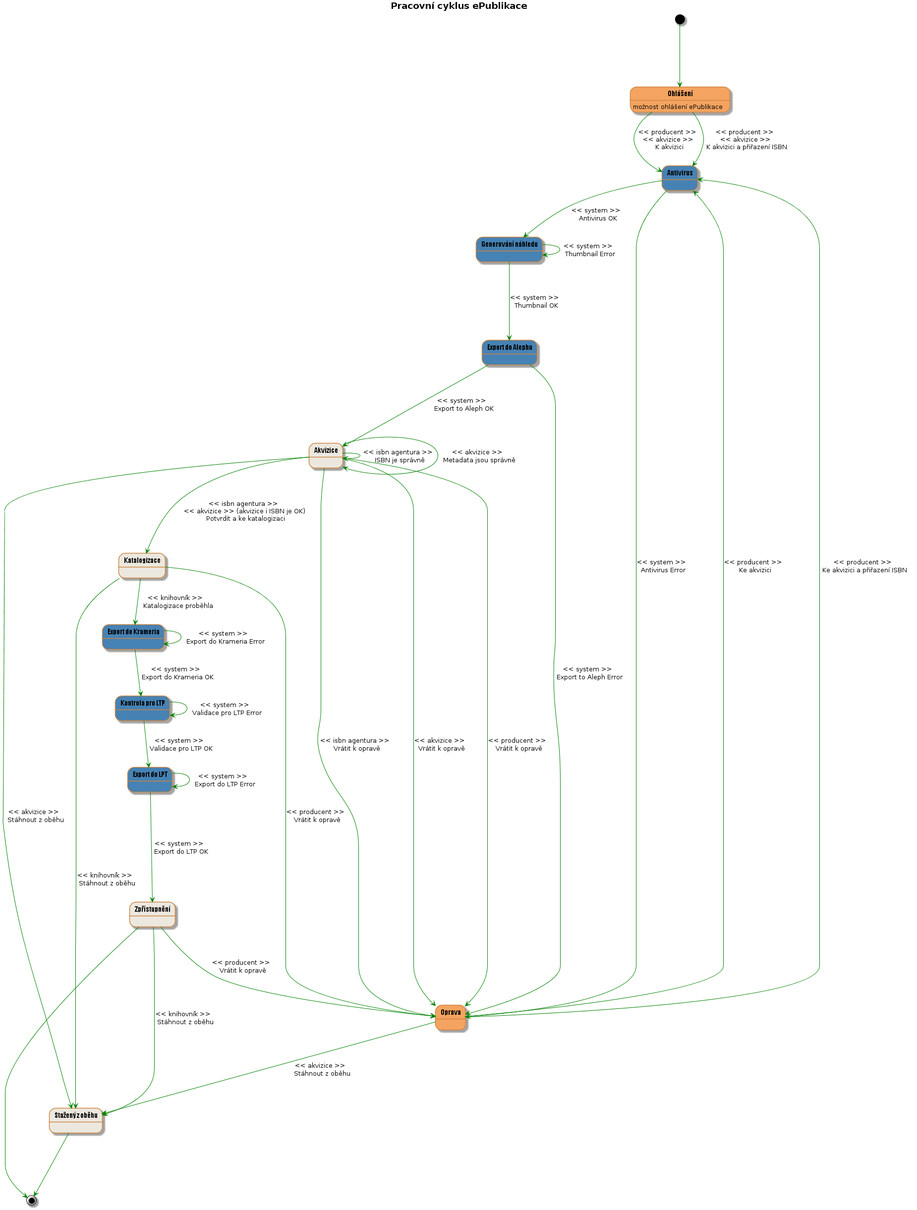
Before: docs/wf02.png, a diagram exported from PlantUML (edeposit/edeposit.policy).
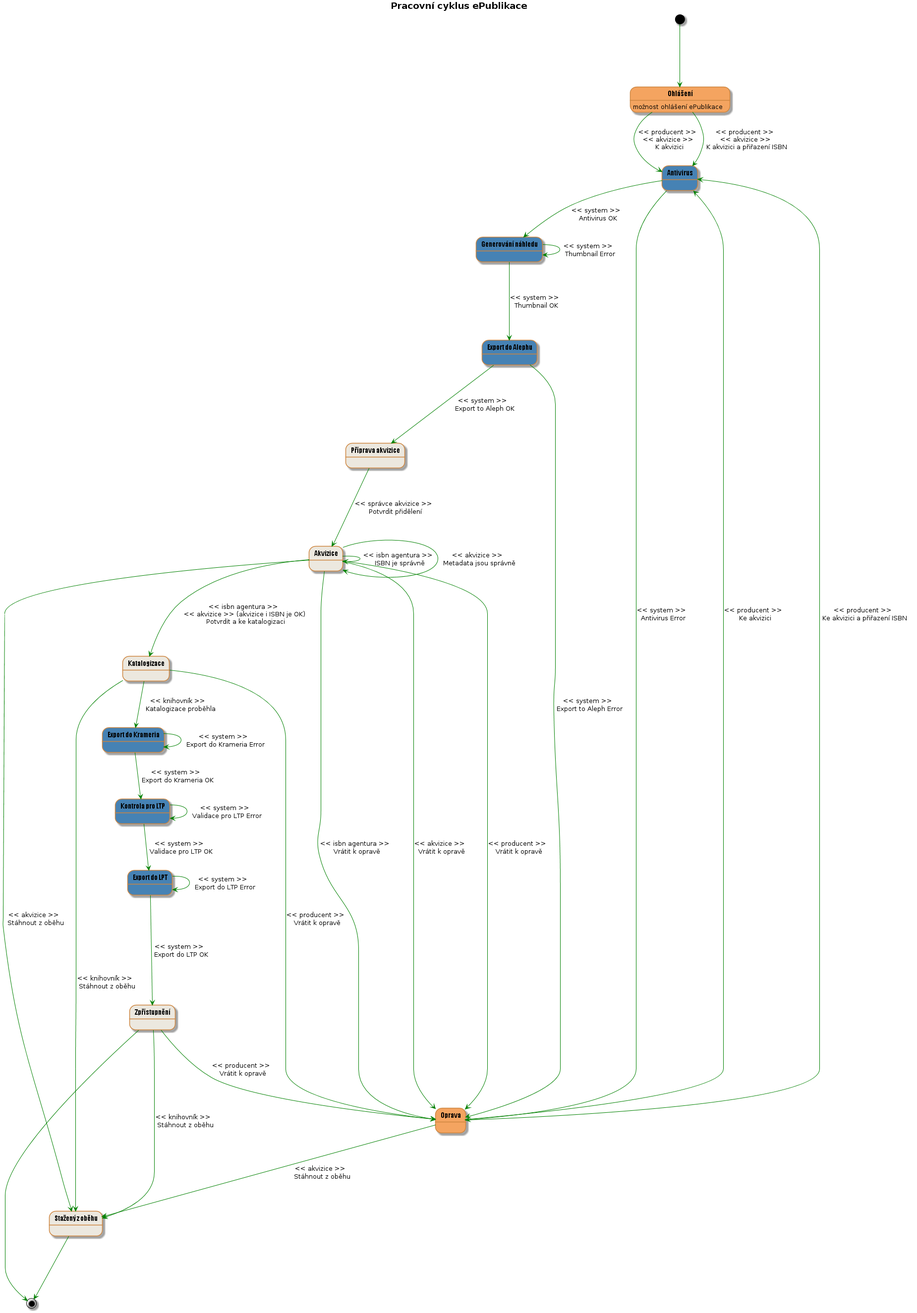
After the change.

Commit message:
added new state "Prepare acquisition"

Diff of the diagram source:
```diff
@@ -16,6 +16,7 @@
 declaration : mo?nost ohlá?ení ePublikace
 
 state "Akvizice" as acquisition #ECE8DF
+state "P?íprava akvizice" as acquisitionInit #ECE8DF
 state "Katalogizace" as catalogization #ECE8DF
 state "Zp?ístupn?ní" as accessing #ECE8DF
 state "Oprava" as declarationWithError #SandyBrown
@@ -38,9 +39,10 @@
 thumbnailGenerating ---> exportToAleph : << system >> \n Thumbnail OK
 thumbnailGenerating ---> thumbnailGenerating : << system >> \n Thumbnail Error
 
-exportToAleph ---> acquisition : << system >> \n Export to Aleph OK
+exportToAleph ---> acquisitionInit : << system >> \n Export to Aleph OK
 exportToAleph --> declarationWithError : << system >> \n Export to Aleph Error
 
+acquisitionInit ---> acquisition : << správce akvizice >> \n Potvrdit p?id?lení
 acquisition ---> declarationWithError : << isbn agentura >> \n Vrátit k oprav?
 acquisition ---> declarationWithError : << akvizice >> \n Vrátit k oprav?
 acquisition ---> acquisition : << isbn agentura >> \n ISBN je správn?
```
